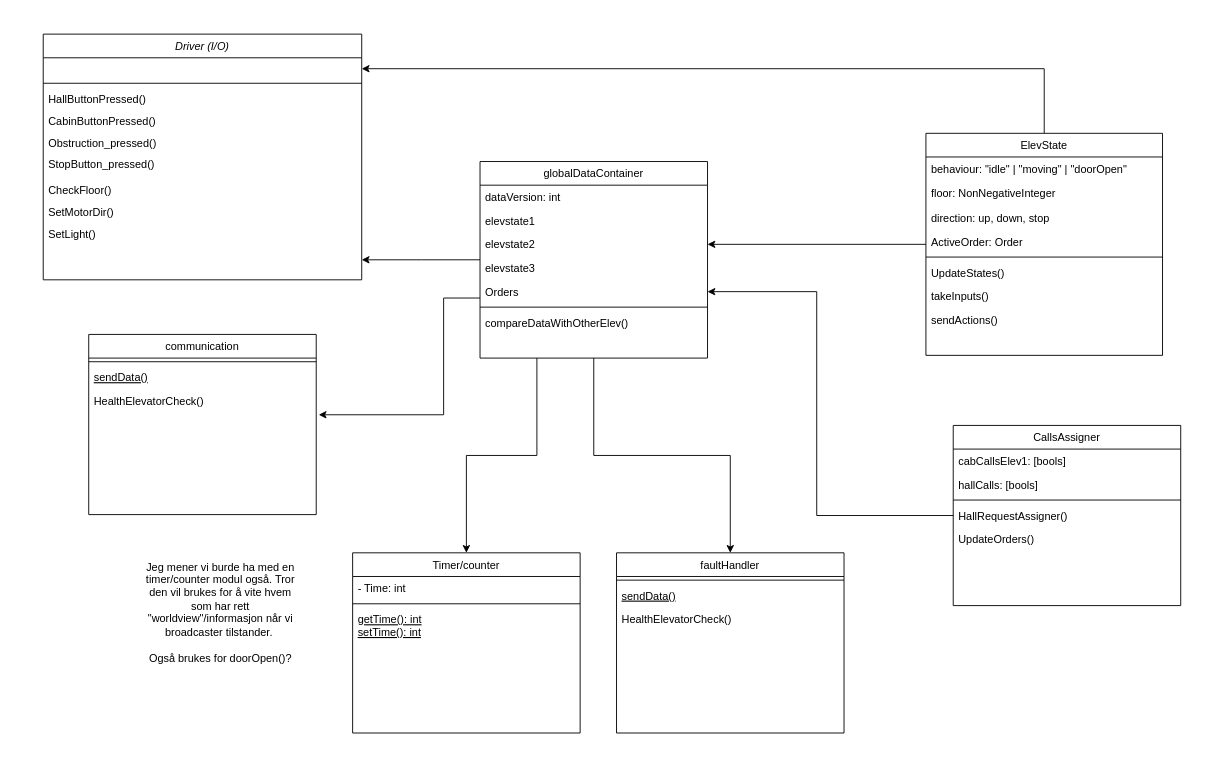
Before: Diagrammer/gustavs_klassediagram.drawio in MathiasSagerup/Sanntid, a draw.io diagram. Source tidied: cells renumbered, new cells numbered last; positions are measured from the earlier drawing's top-left corner, leaving out a move shared by most shapes. Both pictures are drawn from the tidied source at 91%, with x=0, y=0 at pixel (43, 34).
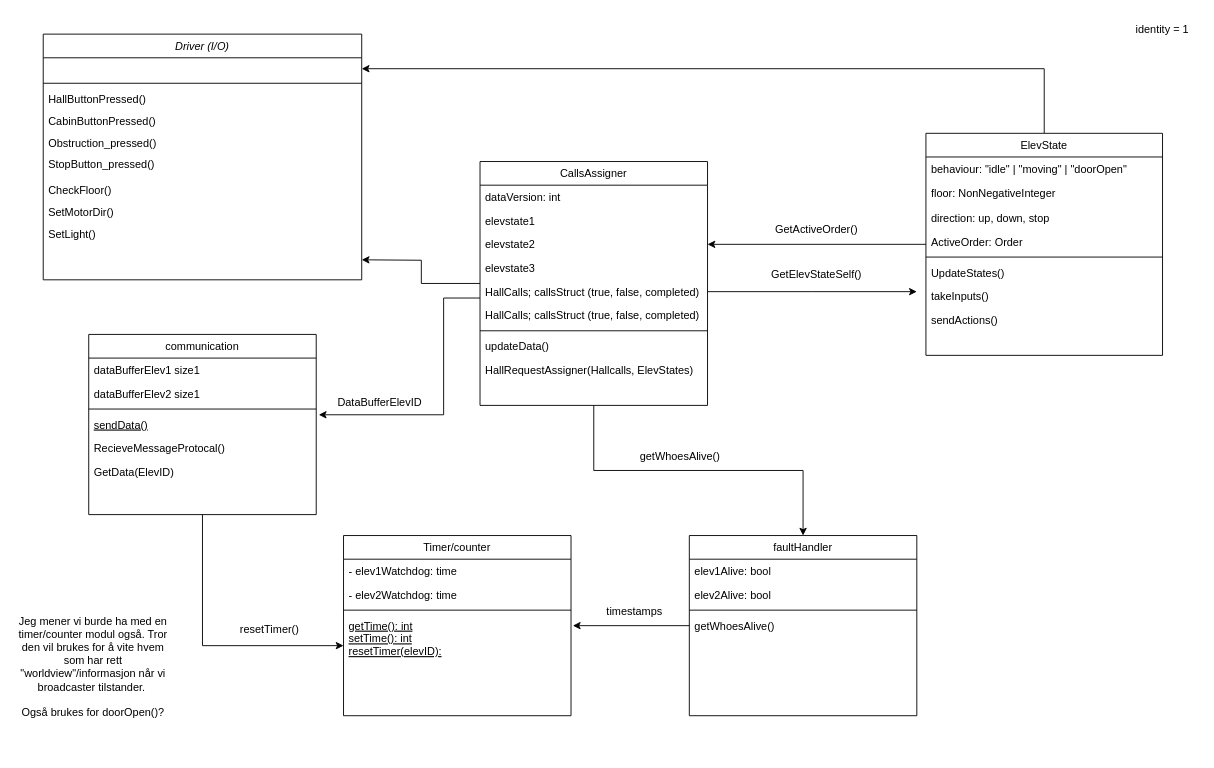
The same diagram, later.

Unchanged cells that the change refers to:
```xml
<mxCell id="23" value="communication" style="swimlane;fontStyle=0;align=center;verticalAlign=top;horizontal=1;startSize=26;rounded=0;shadow=0;strokeWidth=1;" parent="1" vertex="1">
  <mxGeometry x="50" y="330" width="250" height="198" as="geometry" />
</mxCell>
```

What changed in the source:
```diff
@@
+    <mxCell id="55" value="dataBufferElev1 size1" style="text;align=left;verticalAlign=top;spacingLeft=4;spacingRight=4;overflow=hidden;rounded=0;shadow=0;html=0;" parent="23" vertex="1">
+      <mxGeometry y="26" width="250" height="26" as="geometry" />
+    </mxCell>
+    <mxCell id="56" value="dataBufferElev2 size1" style="text;align=left;verticalAlign=top;spacingLeft=4;spacingRight=4;overflow=hidden;rounded=0;shadow=0;html=0;" parent="23" vertex="1">
+      <mxGeometry y="52" width="250" height="26" as="geometry" />
+    </mxCell>
     <mxCell id="24" style="line;html=1;strokeWidth=1;align=left;verticalAlign=middle;spacingTop=-1;spacingLeft=3;spacingRight=3;labelPosition=right;" parent="23" vertex="1">
-      <mxGeometry y="26" width="250" height="8" as="geometry" />
+      <mxGeometry y="78" width="250" height="8" as="geometry" />
     </mxCell>
     <mxCell id="25" value="sendData()" style="text;align=left;verticalAlign=top;spacingLeft=4;spacingRight=4;overflow=hidden;fontStyle=4;" parent="23" vertex="1">
-      <mxGeometry y="34" width="250" height="26" as="geometry" />
+      <mxGeometry y="86" width="250" height="26" as="geometry" />
     </mxCell>
-    <mxCell id="26" value="HealthElevatorCheck()" style="text;align=left;verticalAlign=top;spacingLeft=4;spacingRight=4;overflow=hidden;points=[[0,0.5],[1,0.5]];portConstraint=eastwest;" parent="23" vertex="1">
-      <mxGeometry y="60" width="250" height="26" as="geometry" />
-    </mxCell>
-    <mxCell id="27" style="edgeStyle=orthogonalEdgeStyle;rounded=0;jettySize=auto;html=1;entryX=1;entryY=0.5;entryDx=0;entryDy=0;" parent="1" edge="1" source="28" target="42">
-      <mxGeometry relative="1" as="geometry">
-        <Array as="points">
-          <mxPoint x="850" y="529" />
-          <mxPoint x="850" y="283" />
-        </Array>
-      </mxGeometry>
-    </mxCell>
-    <mxCell id="28" value="CallsAssigner" style="swimlane;fontStyle=0;align=center;verticalAlign=top;horizontal=1;startSize=26;rounded=0;shadow=0;strokeWidth=1;" parent="1" vertex="1">
-      <mxGeometry x="1000" y="430" width="250" height="198" as="geometry" />
-    </mxCell>
-    <mxCell id="29" value="cabCallsElev1: [bools]" style="text;align=left;verticalAlign=top;spacingLeft=4;spacingRight=4;overflow=hidden;" parent="28" vertex="1">
-      <mxGeometry y="26" width="250" height="26" as="geometry" />
-    </mxCell>
-    <mxCell id="30" value="hallCalls: [bools]" style="text;align=left;verticalAlign=top;spacingLeft=4;spacingRight=4;overflow=hidden;" parent="28" vertex="1">
-      <mxGeometry y="52" width="250" height="26" as="geometry" />
-    </mxCell>
-    <mxCell id="31" style="line;html=1;strokeWidth=1;align=left;verticalAlign=middle;spacingTop=-1;spacingLeft=3;spacingRight=3;labelPosition=right;" parent="28" vertex="1">
-      <mxGeometry y="78" width="250" height="8" as="geometry" />
-    </mxCell>
-    <mxCell id="32" value="HallRequestAssigner()" style="text;align=left;verticalAlign=top;spacingLeft=4;spacingRight=4;overflow=hidden;" parent="28" vertex="1">
-      <mxGeometry y="86" width="250" height="26" as="geometry" />
-    </mxCell>
-    <mxCell id="33" value="UpdateOrders()" style="text;align=left;verticalAlign=top;spacingLeft=4;spacingRight=4;overflow=hidden;" parent="28" vertex="1">
-      <mxGeometry y="112" width="250" height="26" as="geometry" />
-    </mxCell>
+    <mxCell id="57" value="RecieveMessageProtocal()" style="text;align=left;verticalAlign=top;spacingLeft=4;spacingRight=4;overflow=hidden;" parent="23" vertex="1">
+      <mxGeometry y="112" width="250" height="26" as="geometry" />
+    </mxCell>
+    <mxCell id="58" value="GetData(ElevID)" style="text;align=left;verticalAlign=top;spacingLeft=4;spacingRight=4;overflow=hidden;" parent="23" vertex="1">
+      <mxGeometry y="138" width="250" height="26" as="geometry" />
+    </mxCell>
@@
-    <mxCell id="36" style="edgeStyle=orthogonalEdgeStyle;rounded=0;jettySize=auto;html=1;exitX=0.25;exitY=1;exitDx=0;exitDy=0;entryX=0.5;entryY=0;entryDx=0;entryDy=0;" parent="1" edge="1" source="37" target="50">
-      <mxGeometry relative="1" as="geometry" />
-    </mxCell>
-    <mxCell id="37" value="globalDataContainer" style="swimlane;fontStyle=0;align=center;verticalAlign=top;horizontal=1;startSize=26;rounded=0;shadow=0;strokeWidth=1;" parent="1" vertex="1">
-      <mxGeometry x="480" y="140" width="250" height="216" as="geometry" />
+    <mxCell id="37" value="CallsAssigner" style="swimlane;fontStyle=0;align=center;verticalAlign=top;horizontal=1;startSize=26;rounded=0;shadow=0;strokeWidth=1;" parent="1" vertex="1">
+      <mxGeometry x="480" y="140" width="250" height="268" as="geometry" />
     </mxCell>
@@
+    <mxCell id="59" style="edgeStyle=orthogonalEdgeStyle;rounded=0;jettySize=auto;html=1;" parent="37" edge="1" source="42">
+      <mxGeometry relative="1" as="geometry">
+        <mxPoint x="480" y="143" as="targetPoint" />
+      </mxGeometry>
+    </mxCell>
-    <mxCell id="42" value="Orders" style="text;align=left;verticalAlign=top;spacingLeft=4;spacingRight=4;overflow=hidden;points=[[0,0.5],[1,0.5]];portConstraint=eastwest;rounded=0;shadow=0;html=0;" parent="37" vertex="1">
+    <mxCell id="42" value="HallCalls; callsStruct (true, false, completed)" style="text;align=left;verticalAlign=top;spacingLeft=4;spacingRight=4;overflow=hidden;points=[[0,0.5],[1,0.5]];portConstraint=eastwest;rounded=0;shadow=0;html=0;" parent="37" vertex="1">
       <mxGeometry y="130" width="250" height="26" as="geometry" />
     </mxCell>
+    <mxCell id="60" value="HallCalls; callsStruct (true, false, completed)" style="text;align=left;verticalAlign=top;spacingLeft=4;spacingRight=4;overflow=hidden;rounded=0;shadow=0;html=0;" parent="37" vertex="1">
+      <mxGeometry y="156" width="250" height="26" as="geometry" />
+    </mxCell>
     <mxCell id="43" style="line;html=1;strokeWidth=1;align=left;verticalAlign=middle;spacingTop=-1;spacingLeft=3;spacingRight=3;labelPosition=right;" parent="37" vertex="1">
-      <mxGeometry y="156" width="250" height="8" as="geometry" />
+      <mxGeometry y="182" width="250" height="8" as="geometry" />
     </mxCell>
-    <mxCell id="44" value="compareDataWithOtherElev()" style="text;align=left;verticalAlign=top;spacingLeft=4;spacingRight=4;overflow=hidden;" parent="37" vertex="1">
-      <mxGeometry y="164" width="250" height="26" as="geometry" />
+    <mxCell id="44" value="updateData()" style="text;align=left;verticalAlign=top;spacingLeft=4;spacingRight=4;overflow=hidden;" parent="37" vertex="1">
+      <mxGeometry y="190" width="250" height="26" as="geometry" />
     </mxCell>
+    <mxCell id="61" value="HallRequestAssigner(Hallcalls, ElevStates)" style="text;align=left;verticalAlign=top;spacingLeft=4;spacingRight=4;overflow=hidden;" parent="37" vertex="1">
+      <mxGeometry y="216" width="250" height="26" as="geometry" />
+    </mxCell>
-    <mxCell id="45" style="edgeStyle=orthogonalEdgeStyle;rounded=0;jettySize=auto;html=1;entryX=1.011;entryY=1.088;entryDx=0;entryDy=0;entryPerimeter=0;" parent="1" edge="1" source="37" target="26">
+    <mxCell id="45" style="edgeStyle=orthogonalEdgeStyle;rounded=0;jettySize=auto;html=1;entryX=1.011;entryY=1.088;entryDx=0;entryDy=0;entryPerimeter=0;" parent="1" edge="1" source="37">
       <mxGeometry relative="1" as="geometry">
+        <mxPoint x="302.8" y="418.3" as="targetPoint" />
         <Array as="points">
           <mxPoint x="440" y="290" />
           <mxPoint x="440" y="418" />
         </Array>
       </mxGeometry>
     </mxCell>
     <mxCell id="46" value="faultHandler" style="swimlane;fontStyle=0;align=center;verticalAlign=top;horizontal=1;startSize=26;rounded=0;shadow=0;strokeWidth=1;" parent="1" vertex="1">
-      <mxGeometry x="630" y="570" width="250" height="198" as="geometry" />
+      <mxGeometry x="710" y="551" width="250" height="198" as="geometry" />
     </mxCell>
+    <mxCell id="62" value="elev1Alive: bool" style="text;align=left;verticalAlign=top;spacingLeft=4;spacingRight=4;overflow=hidden;rounded=0;shadow=0;html=0;" parent="46" vertex="1">
+      <mxGeometry y="26" width="250" height="26" as="geometry" />
+    </mxCell>
+    <mxCell id="63" value="elev2Alive: bool" style="text;align=left;verticalAlign=top;spacingLeft=4;spacingRight=4;overflow=hidden;rounded=0;shadow=0;html=0;" parent="46" vertex="1">
+      <mxGeometry y="52" width="250" height="26" as="geometry" />
+    </mxCell>
     <mxCell id="47" style="line;html=1;strokeWidth=1;align=left;verticalAlign=middle;spacingTop=-1;spacingLeft=3;spacingRight=3;labelPosition=right;" parent="46" vertex="1">
-      <mxGeometry y="26" width="250" height="8" as="geometry" />
+      <mxGeometry y="78" width="250" height="8" as="geometry" />
     </mxCell>
-    <mxCell id="48" value="sendData()" style="text;align=left;verticalAlign=top;spacingLeft=4;spacingRight=4;overflow=hidden;fontStyle=4;" parent="46" vertex="1">
-      <mxGeometry y="34" width="250" height="26" as="geometry" />
-    </mxCell>
-    <mxCell id="49" value="HealthElevatorCheck()" style="text;align=left;verticalAlign=top;spacingLeft=4;spacingRight=4;overflow=hidden;" parent="46" vertex="1">
-      <mxGeometry y="60" width="250" height="26" as="geometry" />
+    <mxCell id="49" value="getWhoesAlive()" style="text;align=left;verticalAlign=top;spacingLeft=4;spacingRight=4;overflow=hidden;" parent="46" vertex="1">
+      <mxGeometry y="86" width="250" height="26" as="geometry" />
     </mxCell>
+    <mxCell id="64" style="edgeStyle=orthogonalEdgeStyle;rounded=0;jettySize=auto;html=1;exitX=0.5;exitY=1;exitDx=0;exitDy=0;entryX=0;entryY=0.5;entryDx=0;entryDy=0;" parent="1" edge="1" source="23" target="53">
+      <mxGeometry relative="1" as="geometry" />
+    </mxCell>
     <mxCell id="50" value="Timer/counter" style="swimlane;fontStyle=0;align=center;verticalAlign=top;horizontal=1;startSize=26;rounded=0;shadow=0;strokeWidth=1;" parent="1" vertex="1">
-      <mxGeometry x="340" y="570" width="250" height="198" as="geometry" />
+      <mxGeometry x="330" y="551" width="250" height="198" as="geometry" />
     </mxCell>
-    <mxCell id="51" value="- Time: int" style="text;align=left;verticalAlign=top;spacingLeft=4;spacingRight=4;overflow=hidden;rounded=0;shadow=0;html=0;" parent="50" vertex="1">
+    <mxCell id="51" value="- elev1Watchdog: time" style="text;align=left;verticalAlign=top;spacingLeft=4;spacingRight=4;overflow=hidden;rounded=0;shadow=0;html=0;" parent="50" vertex="1">
       <mxGeometry y="26" width="250" height="26" as="geometry" />
     </mxCell>
+    <mxCell id="65" value="- elev2Watchdog: time" style="text;align=left;verticalAlign=top;spacingLeft=4;spacingRight=4;overflow=hidden;rounded=0;shadow=0;html=0;" parent="50" vertex="1">
+      <mxGeometry y="52" width="250" height="26" as="geometry" />
+    </mxCell>
     <mxCell id="52" style="line;html=1;strokeWidth=1;align=left;verticalAlign=middle;spacingTop=-1;spacingLeft=3;spacingRight=3;labelPosition=right;" parent="50" vertex="1">
-      <mxGeometry y="52" width="250" height="8" as="geometry" />
+      <mxGeometry y="78" width="250" height="8" as="geometry" />
     </mxCell>
-    <mxCell id="53" value="getTime(): int&#10;setTime(): int" style="text;align=left;verticalAlign=top;spacingLeft=4;spacingRight=4;overflow=hidden;points=[[0,0.5],[1,0.5]];portConstraint=eastwest;fontStyle=4;" parent="50" vertex="1">
-      <mxGeometry y="60" width="250" height="70" as="geometry" />
+    <mxCell id="53" value="getTime(): int&#10;setTime(): int&#10;resetTimer(elevID):" style="text;align=left;verticalAlign=top;spacingLeft=4;spacingRight=4;overflow=hidden;points=[[0,0.5],[1,0.5]];portConstraint=eastwest;fontStyle=4;" parent="50" vertex="1">
+      <mxGeometry y="86" width="250" height="70" as="geometry" />
     </mxCell>
     <mxCell id="54" value="Jeg mener vi burde ha med en timer/counter modul også. Tror den vil brukes for å vite hvem som har rett &quot;worldview&quot;/informasjon når vi broadcaster tilstander.&amp;nbsp;&lt;div&gt;&lt;br&gt;&lt;/div&gt;&lt;div&gt;Også brukes for doorOpen()?&lt;br&gt;&lt;div&gt;&lt;br&gt;&lt;/div&gt;&lt;div&gt;&lt;br&gt;&lt;/div&gt;&lt;/div&gt;" style="text;html=1;whiteSpace=wrap;strokeColor=none;fillColor=none;align=center;verticalAlign=middle;rounded=0;" parent="1" vertex="1">
-      <mxGeometry x="110" y="570" width="170" height="160" as="geometry" />
+      <mxGeometry x="-30" y="630" width="170" height="160" as="geometry" />
     </mxCell>
+    <mxCell id="66" value="identity = 1" style="text;html=1;whiteSpace=wrap;strokeColor=none;fillColor=none;align=center;verticalAlign=middle;rounded=0;" parent="1" vertex="1">
+      <mxGeometry x="1190" y="-20" width="80" height="30" as="geometry" />
+    </mxCell>
+    <mxCell id="67" value="resetTimer()" style="text;html=1;whiteSpace=wrap;strokeColor=none;fillColor=none;align=center;verticalAlign=middle;rounded=0;" parent="1" vertex="1">
+      <mxGeometry x="189" y="640" width="120" height="30" as="geometry" />
+    </mxCell>
+    <mxCell id="68" style="edgeStyle=orthogonalEdgeStyle;rounded=0;jettySize=auto;html=1;entryX=1.008;entryY=0.186;entryDx=0;entryDy=0;entryPerimeter=0;" parent="1" edge="1" source="46" target="53">
+      <mxGeometry relative="1" as="geometry" />
+    </mxCell>
+    <mxCell id="69" value="getWhoesAlive()" style="text;html=1;whiteSpace=wrap;strokeColor=none;fillColor=none;align=center;verticalAlign=middle;rounded=0;" parent="1" vertex="1">
+      <mxGeometry x="670" y="450" width="60" height="30" as="geometry" />
+    </mxCell>
+    <mxCell id="70" value="timestamps" style="text;html=1;whiteSpace=wrap;strokeColor=none;fillColor=none;align=center;verticalAlign=middle;rounded=0;" parent="1" vertex="1">
+      <mxGeometry x="620" y="620" width="60" height="30" as="geometry" />
+    </mxCell>
+    <mxCell id="71" value="DataBufferElevID" style="text;html=1;whiteSpace=wrap;strokeColor=none;fillColor=none;align=center;verticalAlign=middle;rounded=0;" parent="1" vertex="1">
+      <mxGeometry x="340" y="390" width="60" height="30" as="geometry" />
+    </mxCell>
+    <mxCell id="72" value="GetActiveOrder()" style="text;html=1;whiteSpace=wrap;strokeColor=none;fillColor=none;align=center;verticalAlign=middle;rounded=0;" parent="1" vertex="1">
+      <mxGeometry x="820" y="200" width="60" height="30" as="geometry" />
+    </mxCell>
+    <mxCell id="73" value="&lt;div&gt;GetElevStateSelf()&lt;/div&gt;" style="text;html=1;whiteSpace=wrap;strokeColor=none;fillColor=none;align=center;verticalAlign=middle;rounded=0;" parent="1" vertex="1">
+      <mxGeometry x="820" y="250" width="60" height="30" as="geometry" />
+    </mxCell>
```
